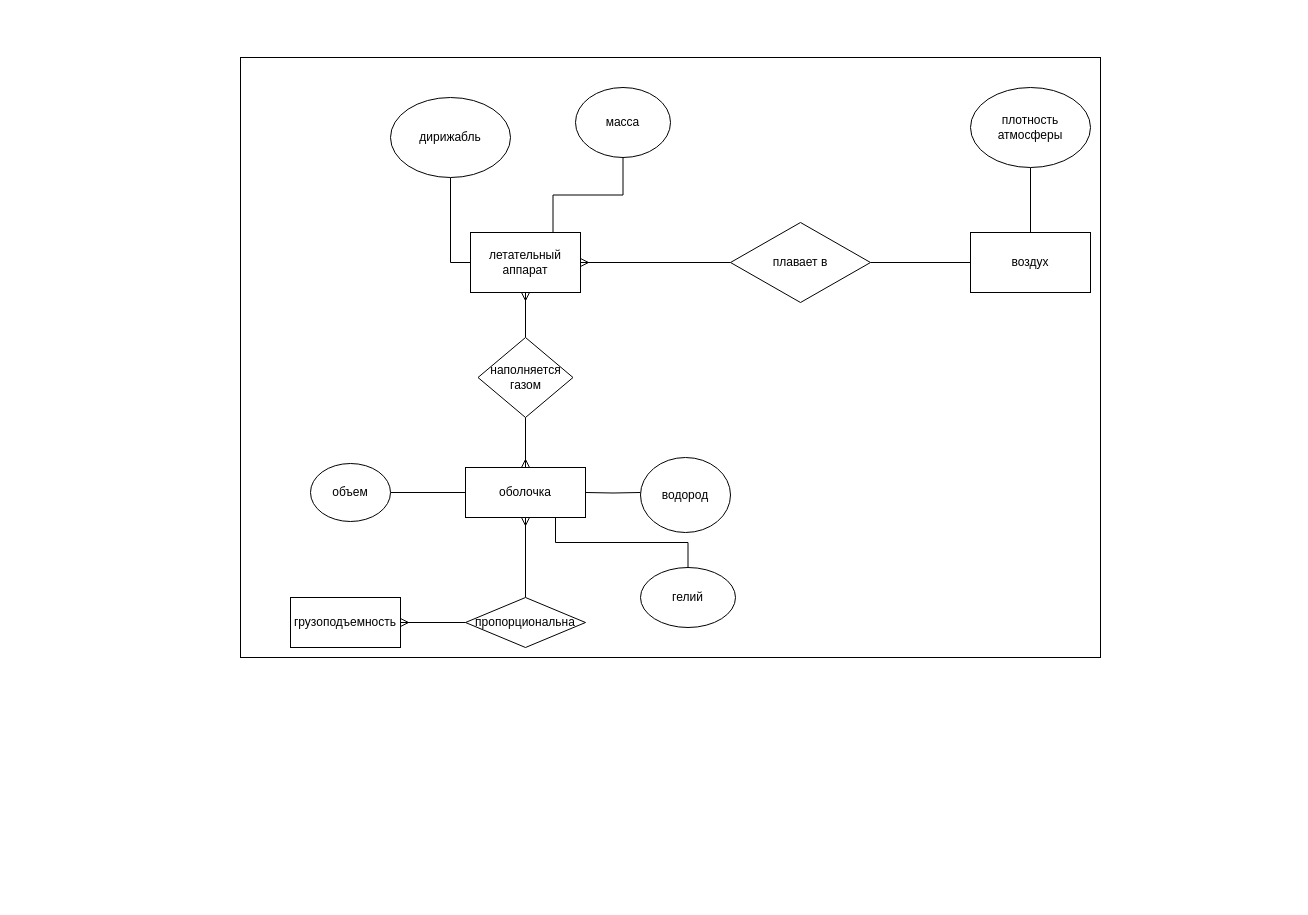
The draw.io diagram Untitled Diagram.drawio in KozlovKA/PPvIS5sem, before the edit. Source tidied: cells renumbered, new cells numbered last; positions are measured from the earlier drawing's top-left corner, leaving out a move shared by most shapes. Both pictures are drawn from the tidied source at 100%, with x=0, y=0 at pixel (240, 57).
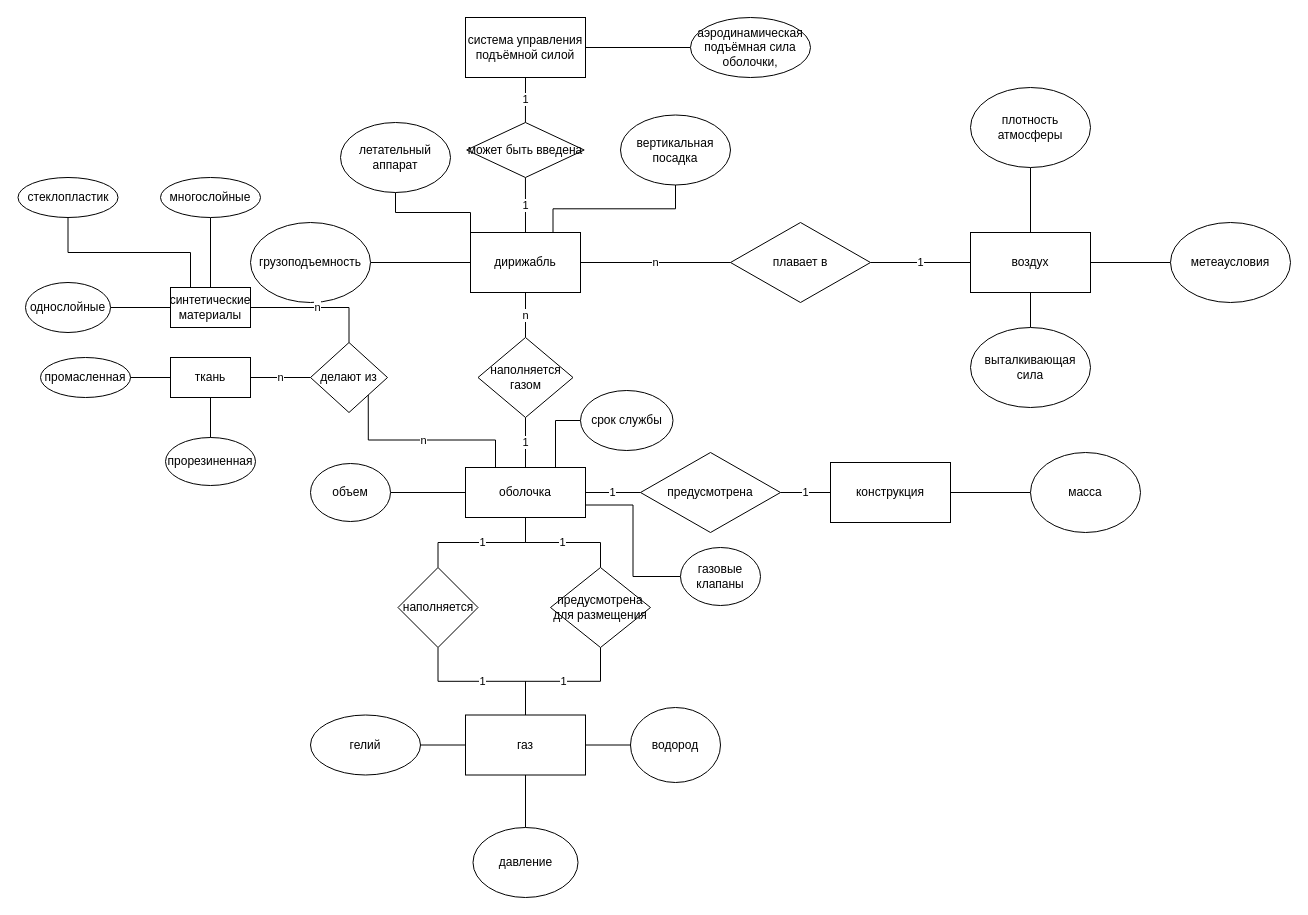
The same diagram, later.

The change refers to these unchanged cells:
```xml
<mxCell id="4" value="плавает в" style="rhombus;whiteSpace=wrap;html=1;" parent="1" vertex="1">
  <mxGeometry x="490" y="165" width="140" height="80" as="geometry" />
</mxCell>
<mxCell id="5" value="воздух" style="rounded=0;whiteSpace=wrap;html=1;" parent="1" vertex="1">
  <mxGeometry x="730" y="175" width="120" height="60" as="geometry" />
</mxCell>
<mxCell id="11" value="оболочка" style="rounded=0;whiteSpace=wrap;html=1;" parent="1" vertex="1">
  <mxGeometry x="225" y="410" width="120" height="50" as="geometry" />
</mxCell>
<mxCell id="14" value="наполняется&lt;br&gt;газом" style="rhombus;whiteSpace=wrap;html=1;" parent="1" vertex="1">
  <mxGeometry x="237.5" y="280" width="95" height="80" as="geometry" />
</mxCell>
```

What changed in the source:
```diff
@@
-    <mxCell id="2" style="edgeStyle=orthogonalEdgeStyle;rounded=0;jettySize=auto;html=1;exitX=1;exitY=0.5;exitDx=0;exitDy=0;endArrow=none;endFill=0;" parent="1" edge="1" source="4" target="5">
+    <mxCell id="2" value="1" style="edgeStyle=orthogonalEdgeStyle;rounded=0;jettySize=auto;html=1;exitX=1;exitY=0.5;exitDx=0;exitDy=0;endArrow=none;endFill=0;" parent="1" edge="1" source="4" target="5">
       <mxGeometry relative="1" as="geometry" />
     </mxCell>
-    <mxCell id="3" style="edgeStyle=orthogonalEdgeStyle;rounded=0;jettySize=auto;html=1;exitX=0;exitY=0.5;exitDx=0;exitDy=0;endArrow=ERmany;endFill=0;" parent="1" edge="1" source="4" target="6">
-      <mxGeometry relative="1" as="geometry" />
-    </mxCell>
@@
+    <mxCell id="28" style="edgeStyle=orthogonalEdgeStyle;rounded=0;jettySize=auto;html=1;exitX=0;exitY=0.5;exitDx=0;exitDy=0;entryX=1;entryY=0.5;entryDx=0;entryDy=0;endArrow=none;endFill=0;" parent="1" edge="1" source="6" target="21">
+      <mxGeometry relative="1" as="geometry" />
+    </mxCell>
+    <mxCell id="29" value="n" style="edgeStyle=orthogonalEdgeStyle;rounded=0;jettySize=auto;html=1;exitX=0.5;exitY=1;exitDx=0;exitDy=0;entryX=0.5;entryY=0;entryDx=0;entryDy=0;endArrow=none;endFill=0;" parent="1" edge="1" source="6" target="14">
+      <mxGeometry relative="1" as="geometry" />
+    </mxCell>
+    <mxCell id="30" value="n" style="edgeStyle=orthogonalEdgeStyle;rounded=0;jettySize=auto;html=1;exitX=1;exitY=0.5;exitDx=0;exitDy=0;entryX=0;entryY=0.5;entryDx=0;entryDy=0;endArrow=none;endFill=0;" parent="1" edge="1" source="6" target="4">
+      <mxGeometry relative="1" as="geometry" />
+    </mxCell>
+    <mxCell id="31" style="edgeStyle=orthogonalEdgeStyle;rounded=0;jettySize=auto;html=1;exitX=0.75;exitY=0;exitDx=0;exitDy=0;entryX=0.5;entryY=1;entryDx=0;entryDy=0;endArrow=none;endFill=0;" parent="1" edge="1" source="6" target="76">
+      <mxGeometry relative="1" as="geometry" />
+    </mxCell>
-    <mxCell id="6" value="летательный аппарат" style="rounded=0;whiteSpace=wrap;html=1;" parent="1" vertex="1">
+    <mxCell id="6" value="дирижабль" style="rounded=0;whiteSpace=wrap;html=1;" parent="1" vertex="1">
       <mxGeometry x="230" y="175" width="110" height="60" as="geometry" />
     </mxCell>
-    <mxCell id="7" style="edgeStyle=orthogonalEdgeStyle;rounded=0;jettySize=auto;html=1;exitX=0.5;exitY=1;exitDx=0;exitDy=0;entryX=0;entryY=0.5;entryDx=0;entryDy=0;endArrow=none;endFill=0;" parent="1" edge="1" source="8" target="6">
+    <mxCell id="7" style="edgeStyle=orthogonalEdgeStyle;rounded=0;jettySize=auto;html=1;exitX=0.5;exitY=1;exitDx=0;exitDy=0;entryX=0;entryY=0;entryDx=0;entryDy=0;endArrow=none;endFill=0;" parent="1" edge="1" source="8" target="6">
       <mxGeometry relative="1" as="geometry" />
     </mxCell>
-    <mxCell id="8" value="дирижабль" style="ellipse;whiteSpace=wrap;html=1;" parent="1" vertex="1">
-      <mxGeometry x="150" y="40" width="120" height="80" as="geometry" />
+    <mxCell id="8" value="летательный аппарат" style="ellipse;whiteSpace=wrap;html=1;" parent="1" vertex="1">
+      <mxGeometry x="100" y="65" width="110" height="70" as="geometry" />
     </mxCell>
@@
+    <mxCell id="32" value="n" style="edgeStyle=orthogonalEdgeStyle;rounded=0;jettySize=auto;html=1;exitX=0.25;exitY=0;exitDx=0;exitDy=0;entryX=1;entryY=1;entryDx=0;entryDy=0;endArrow=none;endFill=0;" parent="1" edge="1" source="11" target="57">
+      <mxGeometry relative="1" as="geometry" />
+    </mxCell>
+    <mxCell id="33" style="edgeStyle=orthogonalEdgeStyle;rounded=0;jettySize=auto;html=1;exitX=1;exitY=0.75;exitDx=0;exitDy=0;entryX=0;entryY=0.5;entryDx=0;entryDy=0;endArrow=none;endFill=0;" parent="1" edge="1" source="11" target="77">
+      <mxGeometry relative="1" as="geometry" />
+    </mxCell>
@@
-    <mxCell id="12" style="edgeStyle=orthogonalEdgeStyle;rounded=0;jettySize=auto;html=1;exitX=0.5;exitY=0;exitDx=0;exitDy=0;entryX=0.5;entryY=1;entryDx=0;entryDy=0;endArrow=ERmany;endFill=0;" parent="1" edge="1" source="14" target="6">
-      <mxGeometry relative="1" as="geometry" />
-    </mxCell>
-    <mxCell id="13" style="edgeStyle=orthogonalEdgeStyle;rounded=0;jettySize=auto;html=1;exitX=0.5;exitY=1;exitDx=0;exitDy=0;entryX=0.5;entryY=0;entryDx=0;entryDy=0;endArrow=ERmany;endFill=0;" parent="1" edge="1" source="14" target="11">
+    <mxCell id="13" value="1" style="edgeStyle=orthogonalEdgeStyle;rounded=0;jettySize=auto;html=1;exitX=0.5;exitY=1;exitDx=0;exitDy=0;endArrow=none;endFill=0;" parent="1" edge="1" source="14" target="11">
       <mxGeometry relative="1" as="geometry" />
     </mxCell>
@@
-    <mxCell id="15" style="edgeStyle=orthogonalEdgeStyle;rounded=0;jettySize=auto;html=1;exitX=0;exitY=0.5;exitDx=0;exitDy=0;entryX=1;entryY=0.5;entryDx=0;entryDy=0;endArrow=none;endFill=0;" parent="1" edge="1" target="11">
-      <mxGeometry relative="1" as="geometry">
-        <mxPoint x="400" y="435" as="sourcePoint" />
-      </mxGeometry>
-    </mxCell>
     <mxCell id="16" value="водород" style="ellipse;whiteSpace=wrap;html=1;" parent="1" vertex="1">
-      <mxGeometry x="400" y="400" width="90" height="75" as="geometry" />
+      <mxGeometry x="390" y="650" width="90" height="75" as="geometry" />
     </mxCell>
-    <mxCell id="17" style="edgeStyle=orthogonalEdgeStyle;rounded=0;jettySize=auto;html=1;exitX=0.5;exitY=0;exitDx=0;exitDy=0;entryX=0.75;entryY=1;entryDx=0;entryDy=0;endArrow=none;endFill=0;" parent="1" edge="1" source="18" target="11">
+    <mxCell id="17" value="1" style="edgeStyle=orthogonalEdgeStyle;rounded=0;jettySize=auto;html=1;exitX=0.5;exitY=0;exitDx=0;exitDy=0;entryX=0.5;entryY=1;entryDx=0;entryDy=0;endArrow=none;endFill=0;" parent="1" edge="1" source="46" target="11">
       <mxGeometry relative="1" as="geometry" />
     </mxCell>
-    <mxCell id="18" value="гелий" style="ellipse;whiteSpace=wrap;html=1;" parent="1" vertex="1">
-      <mxGeometry x="400" y="510" width="95" height="60" as="geometry" />
-    </mxCell>
+    <mxCell id="34" style="edgeStyle=orthogonalEdgeStyle;rounded=0;jettySize=auto;html=1;exitX=1;exitY=0.5;exitDx=0;exitDy=0;entryX=0;entryY=0.5;entryDx=0;entryDy=0;endArrow=none;endFill=0;" parent="1" edge="1" source="44" target="16">
+      <mxGeometry relative="1" as="geometry" />
+    </mxCell>
+    <mxCell id="35" style="edgeStyle=orthogonalEdgeStyle;rounded=0;jettySize=auto;html=1;endArrow=none;endFill=0;exitX=0;exitY=0.5;exitDx=0;exitDy=0;" parent="1" edge="1" source="44" target="18">
+      <mxGeometry relative="1" as="geometry" />
+    </mxCell>
@@
-    <mxCell id="21" value="грузоподъемность" style="rounded=0;whiteSpace=wrap;html=1;" parent="1" vertex="1">
-      <mxGeometry x="50" y="540" width="110" height="50" as="geometry" />
+    <mxCell id="21" value="грузоподъемность" style="ellipse;whiteSpace=wrap;html=1;" parent="1" vertex="1">
+      <mxGeometry x="10" y="165" width="120" height="80" as="geometry" />
     </mxCell>
-    <mxCell id="22" style="edgeStyle=orthogonalEdgeStyle;rounded=0;jettySize=auto;html=1;exitX=0;exitY=0.5;exitDx=0;exitDy=0;entryX=1;entryY=0.5;entryDx=0;entryDy=0;endArrow=ERmany;endFill=0;" parent="1" edge="1" source="24" target="21">
-      <mxGeometry relative="1" as="geometry" />
-    </mxCell>
-    <mxCell id="23" style="edgeStyle=orthogonalEdgeStyle;rounded=0;jettySize=auto;html=1;exitX=0.5;exitY=0;exitDx=0;exitDy=0;entryX=0.5;entryY=1;entryDx=0;entryDy=0;endArrow=ERmany;endFill=0;" parent="1" edge="1" source="24" target="11">
-      <mxGeometry relative="1" as="geometry" />
-    </mxCell>
-    <mxCell id="24" value="пропорциональна" style="rhombus;whiteSpace=wrap;html=1;" parent="1" vertex="1">
-      <mxGeometry x="225" y="540" width="120" height="50" as="geometry" />
-    </mxCell>
-    <mxCell id="25" style="edgeStyle=orthogonalEdgeStyle;rounded=0;jettySize=auto;html=1;exitX=0.5;exitY=1;exitDx=0;exitDy=0;entryX=0.75;entryY=0;entryDx=0;entryDy=0;endArrow=none;endFill=0;" parent="1" edge="1" source="26" target="6">
-      <mxGeometry relative="1" as="geometry" />
-    </mxCell>
+    <mxCell id="18" value="гелий" style="ellipse;whiteSpace=wrap;html=1;" parent="1" vertex="1">
+      <mxGeometry x="70" y="657.5" width="110" height="60" as="geometry" />
+    </mxCell>
+    <mxCell id="36" style="edgeStyle=orthogonalEdgeStyle;rounded=0;jettySize=auto;html=1;exitX=0.5;exitY=0;exitDx=0;exitDy=0;entryX=0.5;entryY=1;entryDx=0;entryDy=0;endArrow=none;endFill=0;" parent="1" edge="1" source="37" target="5">
+      <mxGeometry relative="1" as="geometry" />
+    </mxCell>
+    <mxCell id="37" value="выталкивающая сила" style="ellipse;whiteSpace=wrap;html=1;" parent="1" vertex="1">
+      <mxGeometry x="730" y="270" width="120" height="80" as="geometry" />
+    </mxCell>
+    <mxCell id="38" style="edgeStyle=orthogonalEdgeStyle;rounded=0;jettySize=auto;html=1;exitX=1;exitY=0.5;exitDx=0;exitDy=0;endArrow=none;endFill=0;" parent="1" edge="1" source="40" target="26">
+      <mxGeometry relative="1" as="geometry" />
+    </mxCell>
+    <mxCell id="39" value="1" style="edgeStyle=orthogonalEdgeStyle;rounded=0;jettySize=auto;html=1;exitX=0;exitY=0.5;exitDx=0;exitDy=0;entryX=1;entryY=0.5;entryDx=0;entryDy=0;endArrow=none;endFill=0;" parent="1" edge="1" source="40" target="42">
+      <mxGeometry relative="1" as="geometry" />
+    </mxCell>
+    <mxCell id="40" value="конструкция" style="rounded=0;whiteSpace=wrap;html=1;" parent="1" vertex="1">
+      <mxGeometry x="590" y="405" width="120" height="60" as="geometry" />
+    </mxCell>
     <mxCell id="26" value="масса" style="ellipse;whiteSpace=wrap;html=1;" parent="1" vertex="1">
-      <mxGeometry x="335" y="30" width="95" height="70" as="geometry" />
+      <mxGeometry x="790" y="395" width="110" height="80" as="geometry" />
     </mxCell>
-    <mxCell id="27" style="rounded=0;whiteSpace=wrap;html=1;fillOpacity=0;" parent="1" vertex="1">
-      <mxGeometry width="860" height="600" as="geometry" />
-    </mxCell>
+    <mxCell id="41" value="1" style="edgeStyle=orthogonalEdgeStyle;rounded=0;jettySize=auto;html=1;exitX=0;exitY=0.5;exitDx=0;exitDy=0;entryX=1;entryY=0.5;entryDx=0;entryDy=0;endArrow=none;endFill=0;" parent="1" edge="1" source="42" target="11">
+      <mxGeometry relative="1" as="geometry" />
+    </mxCell>
+    <mxCell id="42" value="предусмотрена" style="rhombus;whiteSpace=wrap;html=1;" parent="1" vertex="1">
+      <mxGeometry x="400" y="395" width="140" height="80" as="geometry" />
+    </mxCell>
+    <mxCell id="43" style="edgeStyle=orthogonalEdgeStyle;rounded=0;jettySize=auto;html=1;exitX=0.5;exitY=1;exitDx=0;exitDy=0;entryX=0.5;entryY=0;entryDx=0;entryDy=0;endArrow=none;endFill=0;" parent="1" edge="1" source="44" target="50">
+      <mxGeometry relative="1" as="geometry" />
+    </mxCell>
+    <mxCell id="44" value="газ" style="rounded=0;whiteSpace=wrap;html=1;" parent="1" vertex="1">
+      <mxGeometry x="225" y="657.5" width="120" height="60" as="geometry" />
+    </mxCell>
+    <mxCell id="45" value="1" style="edgeStyle=orthogonalEdgeStyle;rounded=0;jettySize=auto;html=1;exitX=0.5;exitY=1;exitDx=0;exitDy=0;entryX=0.5;entryY=0;entryDx=0;entryDy=0;endArrow=none;endFill=0;" parent="1" edge="1" source="46" target="44">
+      <mxGeometry relative="1" as="geometry" />
+    </mxCell>
+    <mxCell id="46" value="наполняется" style="rhombus;whiteSpace=wrap;html=1;" parent="1" vertex="1">
+      <mxGeometry x="157.5" y="510" width="80" height="80" as="geometry" />
+    </mxCell>
+    <mxCell id="47" value="1" style="edgeStyle=orthogonalEdgeStyle;rounded=0;jettySize=auto;html=1;exitX=0.5;exitY=0;exitDx=0;exitDy=0;entryX=0.5;entryY=1;entryDx=0;entryDy=0;endArrow=none;endFill=0;" parent="1" edge="1" source="49" target="11">
+      <mxGeometry relative="1" as="geometry" />
+    </mxCell>
+    <mxCell id="48" value="1" style="edgeStyle=orthogonalEdgeStyle;rounded=0;jettySize=auto;html=1;exitX=0.5;exitY=1;exitDx=0;exitDy=0;entryX=0.5;entryY=0;entryDx=0;entryDy=0;endArrow=none;endFill=0;" parent="1" edge="1" source="49" target="44">
+      <mxGeometry relative="1" as="geometry" />
+    </mxCell>
+    <mxCell id="49" value="предусмотрена для размещения" style="rhombus;whiteSpace=wrap;html=1;" parent="1" vertex="1">
+      <mxGeometry x="310" y="510" width="100" height="80" as="geometry" />
+    </mxCell>
+    <mxCell id="50" value="давление" style="ellipse;whiteSpace=wrap;html=1;" parent="1" vertex="1">
+      <mxGeometry x="232.5" y="770" width="105" height="70" as="geometry" />
+    </mxCell>
+    <mxCell id="51" style="edgeStyle=orthogonalEdgeStyle;rounded=0;jettySize=auto;html=1;exitX=0;exitY=0.5;exitDx=0;exitDy=0;entryX=0.75;entryY=0;entryDx=0;entryDy=0;endArrow=none;endFill=0;" parent="1" edge="1" source="52" target="11">
+      <mxGeometry relative="1" as="geometry" />
+    </mxCell>
+    <mxCell id="52" value="срок службы" style="ellipse;whiteSpace=wrap;html=1;" parent="1" vertex="1">
+      <mxGeometry x="340" y="333" width="92.5" height="60" as="geometry" />
+    </mxCell>
+    <mxCell id="53" value="промасленная" style="ellipse;whiteSpace=wrap;html=1;" parent="1" vertex="1">
+      <mxGeometry x="-200" y="300" width="90" height="40" as="geometry" />
+    </mxCell>
+    <mxCell id="54" value="прорезиненная" style="ellipse;whiteSpace=wrap;html=1;" parent="1" vertex="1">
+      <mxGeometry x="-75" y="380" width="90" height="48" as="geometry" />
+    </mxCell>
+    <mxCell id="55" value="n" style="edgeStyle=orthogonalEdgeStyle;rounded=0;jettySize=auto;html=1;exitX=0;exitY=0.5;exitDx=0;exitDy=0;entryX=1;entryY=0.5;entryDx=0;entryDy=0;endArrow=none;endFill=0;" parent="1" edge="1" source="57" target="60">
+      <mxGeometry relative="1" as="geometry" />
+    </mxCell>
+    <mxCell id="56" value="n" style="edgeStyle=orthogonalEdgeStyle;rounded=0;jettySize=auto;html=1;exitX=0.5;exitY=0;exitDx=0;exitDy=0;entryX=1;entryY=0.5;entryDx=0;entryDy=0;endArrow=none;endFill=0;" parent="1" edge="1" source="57" target="62">
+      <mxGeometry relative="1" as="geometry" />
+    </mxCell>
+    <mxCell id="57" value="делают из" style="rhombus;whiteSpace=wrap;html=1;" parent="1" vertex="1">
+      <mxGeometry x="70" y="285" width="77" height="70" as="geometry" />
+    </mxCell>
+    <mxCell id="58" style="edgeStyle=orthogonalEdgeStyle;rounded=0;jettySize=auto;html=1;exitX=0.5;exitY=1;exitDx=0;exitDy=0;entryX=0.5;entryY=0;entryDx=0;entryDy=0;endArrow=none;endFill=0;" parent="1" edge="1" source="60" target="54">
+      <mxGeometry relative="1" as="geometry" />
+    </mxCell>
+    <mxCell id="59" style="edgeStyle=orthogonalEdgeStyle;rounded=0;jettySize=auto;html=1;exitX=0;exitY=0.5;exitDx=0;exitDy=0;entryX=1;entryY=0.5;entryDx=0;entryDy=0;endArrow=none;endFill=0;" parent="1" edge="1" source="60" target="53">
+      <mxGeometry relative="1" as="geometry" />
+    </mxCell>
+    <mxCell id="60" value="ткань" style="whiteSpace=wrap;html=1;" parent="1" vertex="1">
+      <mxGeometry x="-70" y="300" width="80" height="40" as="geometry" />
+    </mxCell>
+    <mxCell id="61" style="edgeStyle=orthogonalEdgeStyle;rounded=0;jettySize=auto;html=1;exitX=0;exitY=0.5;exitDx=0;exitDy=0;entryX=1;entryY=0.5;entryDx=0;entryDy=0;endArrow=none;endFill=0;" parent="1" edge="1" source="62" target="63">
+      <mxGeometry relative="1" as="geometry" />
+    </mxCell>
+    <mxCell id="62" value="синтетические материалы" style="rounded=0;whiteSpace=wrap;html=1;" parent="1" vertex="1">
+      <mxGeometry x="-70" y="230" width="80" height="40" as="geometry" />
+    </mxCell>
+    <mxCell id="63" value="однослойные" style="ellipse;whiteSpace=wrap;html=1;" parent="1" vertex="1">
+      <mxGeometry x="-215" y="225" width="85" height="50" as="geometry" />
+    </mxCell>
+    <mxCell id="64" style="edgeStyle=orthogonalEdgeStyle;rounded=0;jettySize=auto;html=1;exitX=0.5;exitY=1;exitDx=0;exitDy=0;endArrow=none;endFill=0;" parent="1" edge="1" source="65" target="62">
+      <mxGeometry relative="1" as="geometry" />
+    </mxCell>
+    <mxCell id="65" value="многослойные" style="ellipse;whiteSpace=wrap;html=1;" parent="1" vertex="1">
+      <mxGeometry x="-80" y="120" width="100" height="40" as="geometry" />
+    </mxCell>
+    <mxCell id="66" style="edgeStyle=orthogonalEdgeStyle;rounded=0;jettySize=auto;html=1;exitX=0.5;exitY=1;exitDx=0;exitDy=0;entryX=0.25;entryY=0;entryDx=0;entryDy=0;endArrow=none;endFill=0;" parent="1" edge="1" source="67" target="62">
+      <mxGeometry relative="1" as="geometry" />
+    </mxCell>
+    <mxCell id="67" value="стеклопластик" style="ellipse;whiteSpace=wrap;html=1;" parent="1" vertex="1">
+      <mxGeometry x="-222.5" y="120" width="100" height="40" as="geometry" />
+    </mxCell>
+    <mxCell id="68" value="система управления подъёмной силой" style="rounded=0;whiteSpace=wrap;html=1;" parent="1" vertex="1">
+      <mxGeometry x="225" y="-40" width="120" height="60" as="geometry" />
+    </mxCell>
+    <mxCell id="69" value="1" style="edgeStyle=orthogonalEdgeStyle;rounded=0;jettySize=auto;html=1;exitX=0.5;exitY=0;exitDx=0;exitDy=0;entryX=0.5;entryY=1;entryDx=0;entryDy=0;endArrow=none;endFill=0;" parent="1" edge="1" source="71" target="68">
+      <mxGeometry relative="1" as="geometry" />
+    </mxCell>
+    <mxCell id="70" value="1" style="edgeStyle=orthogonalEdgeStyle;rounded=0;jettySize=auto;html=1;exitX=0.5;exitY=1;exitDx=0;exitDy=0;entryX=0.5;entryY=0;entryDx=0;entryDy=0;endArrow=none;endFill=0;" parent="1" edge="1" source="71" target="6">
+      <mxGeometry relative="1" as="geometry" />
+    </mxCell>
+    <mxCell id="71" value="может быть введена" style="rhombus;whiteSpace=wrap;html=1;" parent="1" vertex="1">
+      <mxGeometry x="226.2" y="65" width="117.5" height="55" as="geometry" />
+    </mxCell>
+    <mxCell id="72" style="edgeStyle=orthogonalEdgeStyle;rounded=0;jettySize=auto;html=1;exitX=0;exitY=0.5;exitDx=0;exitDy=0;endArrow=none;endFill=0;" parent="1" edge="1" source="73" target="5">
+      <mxGeometry relative="1" as="geometry" />
+    </mxCell>
+    <mxCell id="73" value="метеаусловия" style="ellipse;whiteSpace=wrap;html=1;" parent="1" vertex="1">
+      <mxGeometry x="930" y="165" width="120" height="80" as="geometry" />
+    </mxCell>
+    <mxCell id="74" style="edgeStyle=orthogonalEdgeStyle;rounded=0;jettySize=auto;html=1;exitX=0;exitY=0.5;exitDx=0;exitDy=0;entryX=1;entryY=0.5;entryDx=0;entryDy=0;endArrow=none;endFill=0;" parent="1" edge="1" source="75" target="68">
+      <mxGeometry relative="1" as="geometry" />
+    </mxCell>
+    <mxCell id="75" value="аэродинамическая подъёмная сила оболочки," style="ellipse;whiteSpace=wrap;html=1;" parent="1" vertex="1">
+      <mxGeometry x="450" y="-40" width="120" height="60" as="geometry" />
+    </mxCell>
+    <mxCell id="76" value="вертикальная посадка" style="ellipse;whiteSpace=wrap;html=1;" parent="1" vertex="1">
+      <mxGeometry x="380" y="57.5" width="110" height="70" as="geometry" />
+    </mxCell>
+    <mxCell id="77" value="газовые клапаны" style="ellipse;whiteSpace=wrap;html=1;" parent="1" vertex="1">
+      <mxGeometry x="440" y="490" width="80" height="58" as="geometry" />
+    </mxCell>
```
